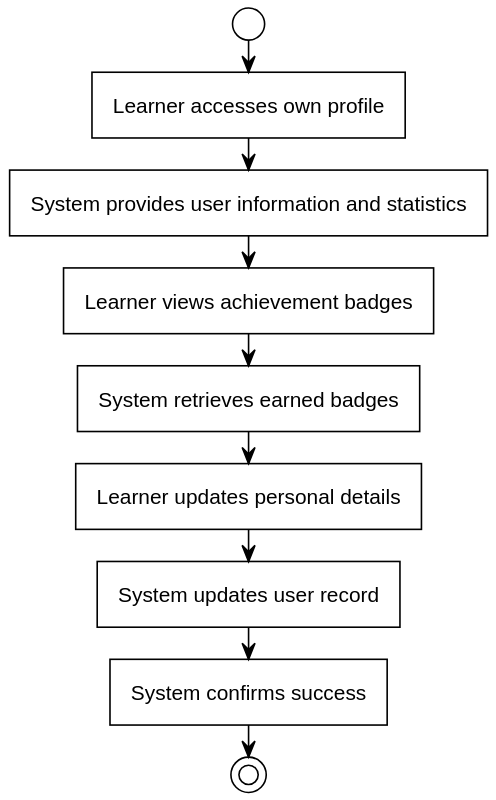
Above: out/Analysis/ActivityDIagrams/UserProfile/UserProfile.svg in SEPCheesecakeFactory/SEP3 (PlantUML), before the change.
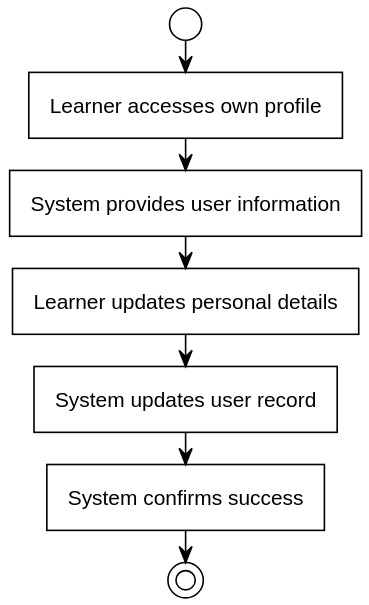
After the commit.

Diff of the diagram source:
```diff
@@ -2,9 +2,7 @@
 !include https://raw.githubusercontent.com/fredoslav2004/MinimalThemePUML/refs/heads/main/minimal-theme.puml
 start
 :Learner accesses own profile;
-:System provides user information and statistics;
-:Learner views achievement badges;
-:System retrieves earned badges;
+:System provides user information;
 :Learner updates personal details;
 :System updates user record;
 :System confirms success;
```
